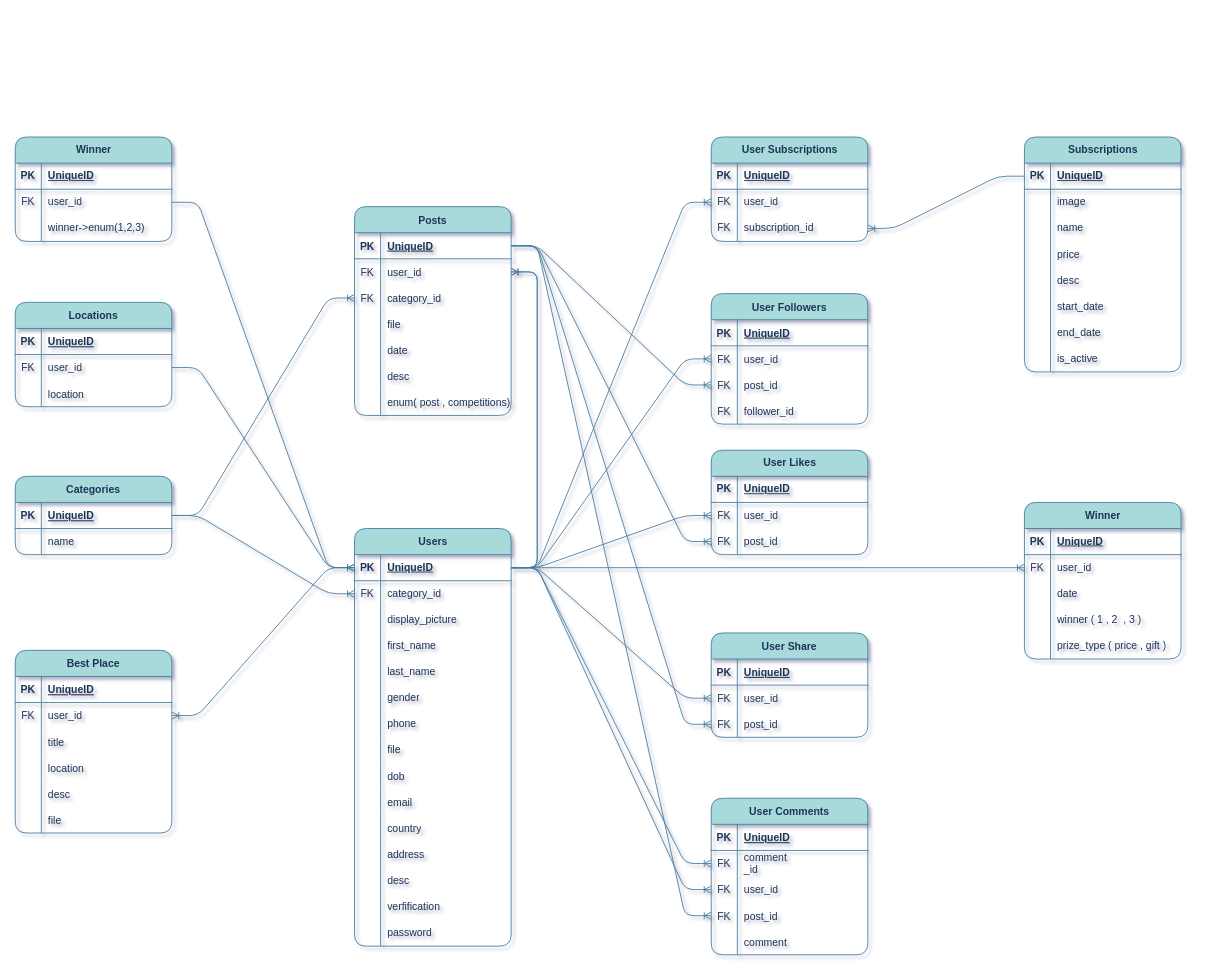
Before: drone.drawio in ShariqBinZaid/dashboard_drone, a draw.io diagram. Source tidied: cells renumbered, new cells numbered last; positions are measured from the earlier drawing's top-left corner, leaving out a move shared by most shapes. Both pictures are drawn from the tidied source at 87%, with x=0, y=0 at pixel (15, 137).
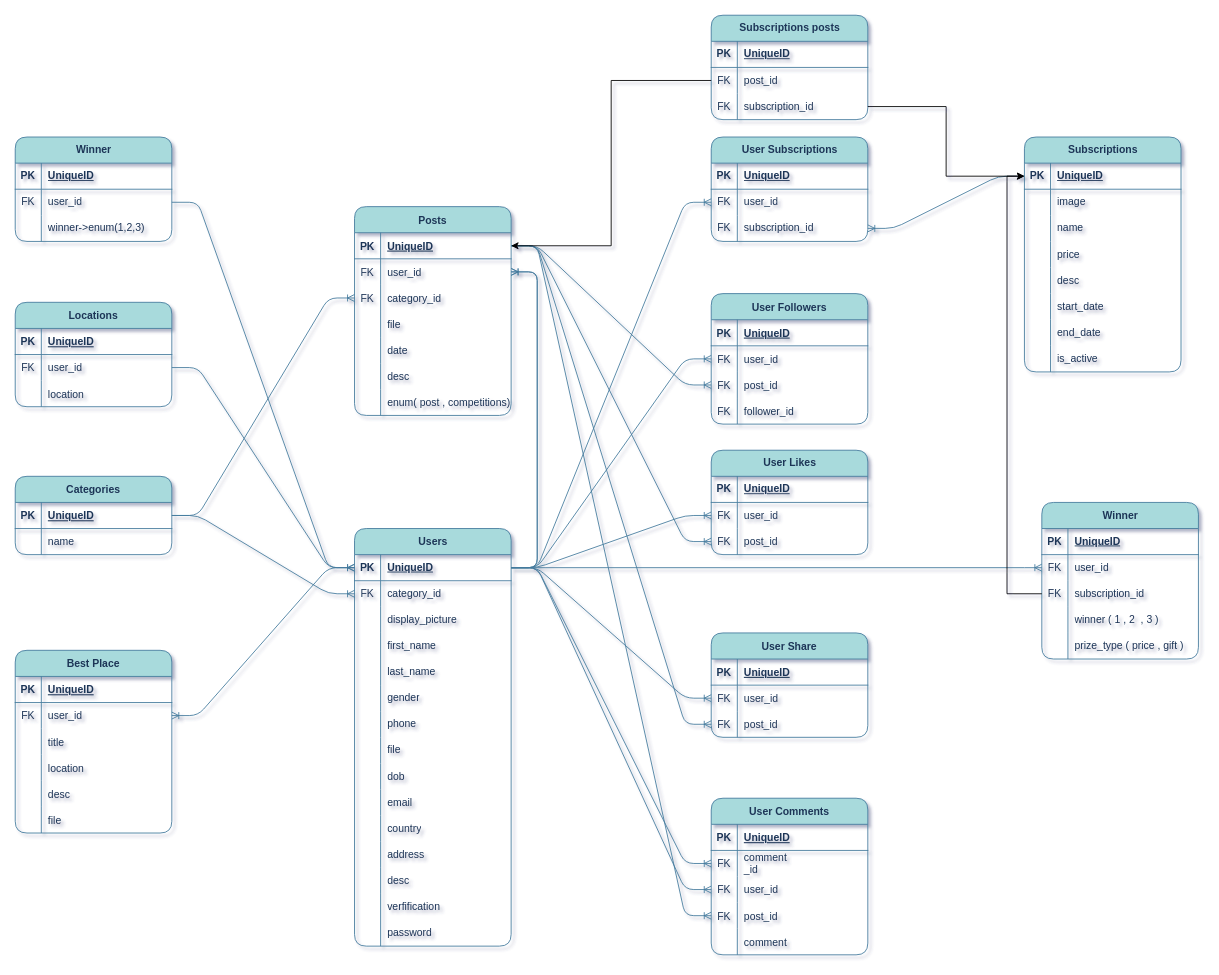
After the change.

Unchanged cells that the change refers to:
```xml
<mxCell id="49" style="shape=tableRow;horizontal=0;startSize=0;swimlaneHead=0;swimlaneBody=0;fillColor=none;points=[[0,0.5],[1,0.5]];portConstraint=eastwest;top=0;left=0;right=0;bottom=1;labelBackgroundColor=none;strokeColor=#457B9D;fontColor=#1D3557;rounded=1;" parent="48" vertex="1">
  <mxGeometry y="30" width="180" height="30" as="geometry" />
</mxCell>
<mxCell id="130" style="shape=tableRow;horizontal=0;startSize=0;swimlaneHead=0;swimlaneBody=0;fillColor=none;points=[[0,0.5],[1,0.5]];portConstraint=eastwest;top=0;left=0;right=0;bottom=1;rounded=1;labelBackgroundColor=none;strokeColor=#457B9D;fontColor=#1D3557;" parent="129" vertex="1">
  <mxGeometry y="30" width="180" height="30" as="geometry" />
</mxCell>
<mxCell id="211" style="shape=tableRow;horizontal=0;startSize=0;swimlaneHead=0;swimlaneBody=0;fillColor=none;points=[[0,0.5],[1,0.5]];portConstraint=eastwest;top=0;left=0;right=0;bottom=0;labelBackgroundColor=none;strokeColor=#457B9D;fontColor=#1D3557;rounded=1;" parent="204" vertex="1">
  <mxGeometry y="90" width="180" height="30" as="geometry" />
</mxCell>
```

The edit, as a diff of the source:
```diff
@@
     <mxCell id="204" value="Winner" style="shape=table;startSize=30;childLayout=tableLayout;rowLines=0;fontStyle=1;align=center;html=1;labelBackgroundColor=none;fillColor=#A8DADC;strokeColor=#457B9D;fontColor=#1D3557;rounded=1;" parent="1" vertex="1">
-      <mxGeometry x="1160" y="420" width="180" height="180" as="geometry" />
+      <mxGeometry x="1180" y="420" width="180" height="180" as="geometry" />
     </mxCell>
@@
-    <mxCell id="212" style="shape=partialRectangle;fillColor=none;top=0;left=0;bottom=0;right=0;overflow=hidden;whiteSpace=wrap;html=1;labelBackgroundColor=none;strokeColor=#457B9D;fontColor=#1D3557;rounded=1;" parent="211" vertex="1">
+    <mxCell id="212" value="FK" style="shape=partialRectangle;fillColor=none;top=0;left=0;bottom=0;right=0;overflow=hidden;whiteSpace=wrap;html=1;labelBackgroundColor=none;strokeColor=#457B9D;fontColor=#1D3557;rounded=1;" parent="211" vertex="1">
       <mxGeometry width="30" height="30" as="geometry" />
     </mxCell>
-    <mxCell id="213" value="date" style="shape=partialRectangle;fillColor=none;top=0;left=0;bottom=0;right=0;align=left;spacingLeft=6;overflow=hidden;whiteSpace=wrap;html=1;labelBackgroundColor=none;strokeColor=#457B9D;fontColor=#1D3557;rounded=1;" parent="211" vertex="1">
+    <mxCell id="213" value="subscription_id" style="shape=partialRectangle;fillColor=none;top=0;left=0;bottom=0;right=0;align=left;spacingLeft=6;overflow=hidden;whiteSpace=wrap;html=1;labelBackgroundColor=none;strokeColor=#457B9D;fontColor=#1D3557;rounded=1;" parent="211" vertex="1">
       <mxGeometry x="30" width="150" height="30" as="geometry" />
     </mxCell>
@@
+    <mxCell id="235" style="edgeStyle=orthogonalEdgeStyle;rounded=0;jettySize=auto;html=1;exitX=0;exitY=0.5;exitDx=0;exitDy=0;entryX=0;entryY=0.5;entryDx=0;entryDy=0;" parent="1" edge="1" source="211" target="49">
+      <mxGeometry relative="1" as="geometry" />
+    </mxCell>
+    <mxCell id="236" value="Subscriptions posts" style="shape=table;startSize=30;childLayout=tableLayout;rowLines=0;fontStyle=1;align=center;html=1;labelBackgroundColor=none;fillColor=#A8DADC;strokeColor=#457B9D;fontColor=#1D3557;rounded=1;" parent="1" vertex="1">
+      <mxGeometry x="800" y="-140" width="180" height="120" as="geometry" />
+    </mxCell>
+    <mxCell id="237" style="shape=tableRow;horizontal=0;startSize=0;swimlaneHead=0;swimlaneBody=0;fillColor=none;top=0;left=0;right=0;bottom=1;labelBackgroundColor=none;strokeColor=#457B9D;fontColor=#1D3557;rounded=1;" parent="236" vertex="1">
+      <mxGeometry y="30" width="180" height="30" as="geometry" />
+    </mxCell>
+    <mxCell id="238" value="PK" style="shape=partialRectangle;fillColor=none;top=0;left=0;bottom=0;right=0;fontStyle=1;overflow=hidden;whiteSpace=wrap;html=1;labelBackgroundColor=none;strokeColor=#457B9D;fontColor=#1D3557;rounded=1;" parent="237" vertex="1">
+      <mxGeometry width="30" height="30" as="geometry" />
+    </mxCell>
+    <mxCell id="239" value="UniqueID" style="shape=partialRectangle;fillColor=none;top=0;left=0;bottom=0;right=0;align=left;spacingLeft=6;fontStyle=5;overflow=hidden;whiteSpace=wrap;html=1;labelBackgroundColor=none;strokeColor=#457B9D;fontColor=#1D3557;rounded=1;" parent="237" vertex="1">
+      <mxGeometry x="30" width="150" height="30" as="geometry" />
+    </mxCell>
+    <mxCell id="240" style="shape=tableRow;horizontal=0;startSize=0;swimlaneHead=0;swimlaneBody=0;fillColor=none;points=[[0,0.5],[1,0.5]];portConstraint=eastwest;top=0;left=0;right=0;bottom=0;labelBackgroundColor=none;strokeColor=#457B9D;fontColor=#1D3557;rounded=1;" parent="236" vertex="1">
+      <mxGeometry y="60" width="180" height="30" as="geometry" />
+    </mxCell>
+    <mxCell id="241" value="FK" style="shape=partialRectangle;fillColor=none;top=0;left=0;bottom=0;right=0;overflow=hidden;whiteSpace=wrap;html=1;labelBackgroundColor=none;strokeColor=#457B9D;fontColor=#1D3557;rounded=1;" parent="240" vertex="1">
+      <mxGeometry width="30" height="30" as="geometry" />
+    </mxCell>
+    <mxCell id="242" value="post_id" style="shape=partialRectangle;fillColor=none;top=0;left=0;bottom=0;right=0;align=left;spacingLeft=6;overflow=hidden;whiteSpace=wrap;html=1;labelBackgroundColor=none;strokeColor=#457B9D;fontColor=#1D3557;rounded=1;" parent="240" vertex="1">
+      <mxGeometry x="30" width="150" height="30" as="geometry" />
+    </mxCell>
+    <mxCell id="243" style="shape=tableRow;horizontal=0;startSize=0;swimlaneHead=0;swimlaneBody=0;fillColor=none;points=[[0,0.5],[1,0.5]];portConstraint=eastwest;top=0;left=0;right=0;bottom=0;labelBackgroundColor=none;strokeColor=#457B9D;fontColor=#1D3557;rounded=1;" parent="236" vertex="1">
+      <mxGeometry y="90" width="180" height="30" as="geometry" />
+    </mxCell>
+    <mxCell id="244" value="FK" style="shape=partialRectangle;fillColor=none;top=0;left=0;bottom=0;right=0;overflow=hidden;whiteSpace=wrap;html=1;labelBackgroundColor=none;strokeColor=#457B9D;fontColor=#1D3557;rounded=1;" parent="243" vertex="1">
+      <mxGeometry width="30" height="30" as="geometry" />
+    </mxCell>
+    <mxCell id="245" value="subscription_id" style="shape=partialRectangle;fillColor=none;top=0;left=0;bottom=0;right=0;align=left;spacingLeft=6;overflow=hidden;whiteSpace=wrap;html=1;labelBackgroundColor=none;strokeColor=#457B9D;fontColor=#1D3557;rounded=1;" parent="243" vertex="1">
+      <mxGeometry x="30" width="150" height="30" as="geometry" />
+    </mxCell>
+    <mxCell id="246" style="edgeStyle=orthogonalEdgeStyle;rounded=0;jettySize=auto;html=1;exitX=0;exitY=0.5;exitDx=0;exitDy=0;" parent="1" edge="1" source="240" target="130">
+      <mxGeometry relative="1" as="geometry" />
+    </mxCell>
+    <mxCell id="247" style="edgeStyle=orthogonalEdgeStyle;rounded=0;jettySize=auto;html=1;exitX=1;exitY=0.5;exitDx=0;exitDy=0;entryX=0;entryY=0.5;entryDx=0;entryDy=0;" parent="1" edge="1" source="243" target="49">
+      <mxGeometry relative="1" as="geometry" />
+    </mxCell>
```
